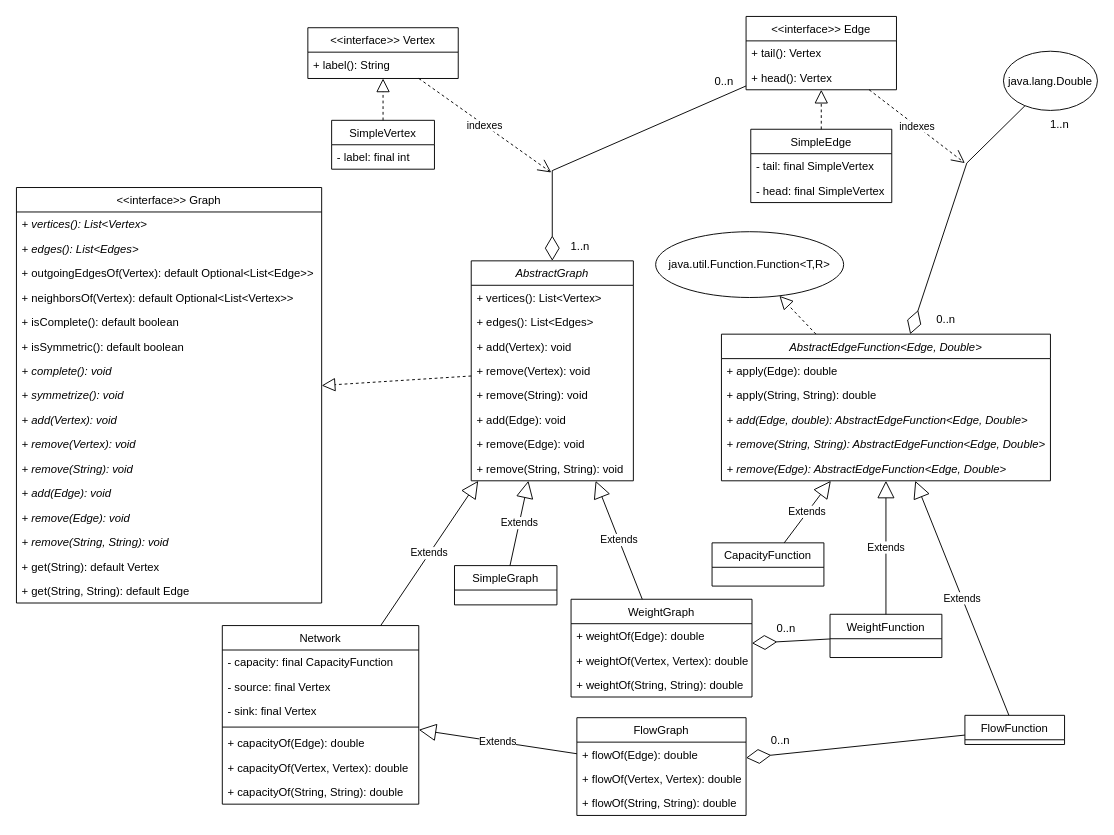
Earlier version of the draw.io diagram docs/graph.drawio (mgmu/jraf). Source tidied: cells renumbered, new cells numbered last; positions are measured from the earlier drawing's top-left corner, leaving out a move shared by most shapes. Both pictures are drawn from the tidied source at 94%, with x=0, y=0 at pixel (16, 16).
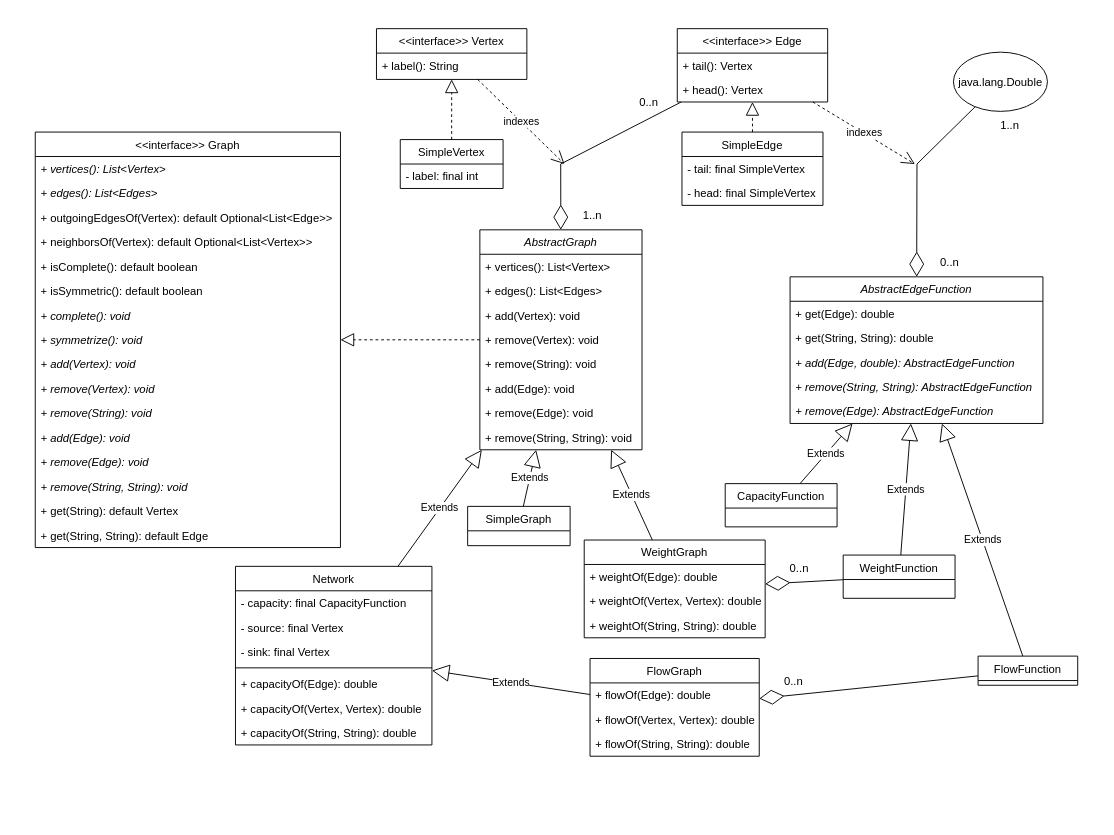
After the change.

Commit message:
Updated diagram of abstract edge function

Change to the diagram source:
```diff
@@
     <mxCell id="2" value="&lt;&lt;interface&gt;&gt; Vertex" style="swimlane;fontStyle=0;align=center;verticalAlign=top;horizontal=1;startSize=26;rounded=0;shadow=0;strokeWidth=1;" parent="1" vertex="1">
-      <mxGeometry x="310" y="12" width="160" height="54" as="geometry" />
+      <mxGeometry x="383" y="13" width="160" height="54" as="geometry" />
     </mxCell>
@@
     <mxCell id="4" value="&lt;&lt;interface&gt;&gt; Edge" style="swimlane;fontStyle=0;align=center;verticalAlign=top;horizontal=1;startSize=26;rounded=0;shadow=0;strokeWidth=1;" parent="1" vertex="1">
-      <mxGeometry x="776.2" width="160" height="78" as="geometry" />
+      <mxGeometry x="703" y="13" width="160" height="78" as="geometry" />
     </mxCell>
     <mxCell id="5" value="indexes" style="endArrow=open;endSize=12;dashed=1;html=1;rounded=0;" parent="4" edge="1" source="2">
       <mxGeometry relative="1" as="geometry">
-        <mxPoint x="-207.2" y="166" as="targetPoint" />
+        <mxPoint x="-120" y="144" as="targetPoint" />
       </mxGeometry>
     </mxCell>
@@
     <mxCell id="8" value="&lt;&lt;interface&gt;&gt; Graph" style="swimlane;fontStyle=0;align=center;verticalAlign=top;horizontal=1;startSize=26;rounded=0;shadow=0;strokeWidth=1;" parent="1" vertex="1">
-      <mxGeometry y="182" width="324.7" height="442" as="geometry" />
+      <mxGeometry x="20" y="123" width="324.7" height="442" as="geometry" />
     </mxCell>
@@
-    <mxCell id="25" style="endArrow=diamondThin;endFill=0;endSize=24;html=1;rounded=0;" parent="1" edge="1" source="4" target="62">
-      <mxGeometry relative="1" as="geometry">
-        <Array as="points">
-          <mxPoint x="570" y="164" />
-        </Array>
-      </mxGeometry>
-    </mxCell>
     <mxCell id="26" value="0..n" style="text;html=1;strokeColor=none;fillColor=none;align=center;verticalAlign=middle;whiteSpace=wrap;rounded=0;" parent="1" vertex="1">
-      <mxGeometry x="722.5" y="53.5" width="60" height="30" as="geometry" />
+      <mxGeometry x="643" y="77" width="60" height="30" as="geometry" />
     </mxCell>
     <mxCell id="27" value="WeightGraph" style="swimlane;fontStyle=0;align=center;verticalAlign=top;horizontal=1;startSize=26;rounded=0;shadow=0;strokeWidth=1;" parent="1" vertex="1">
-      <mxGeometry x="590" y="620" width="192.5" height="104" as="geometry" />
+      <mxGeometry x="604" y="557" width="192.5" height="104" as="geometry" />
     </mxCell>
@@
     <mxCell id="32" value="FlowGraph" style="swimlane;fontStyle=0;align=center;verticalAlign=top;horizontal=1;startSize=26;rounded=0;shadow=0;strokeWidth=1;" parent="1" vertex="1">
-      <mxGeometry x="596.2" y="746" width="180" height="104" as="geometry" />
+      <mxGeometry x="610.2" y="683" width="180" height="104" as="geometry" />
     </mxCell>
@@
-    <mxCell id="37" value="java.util.Function.Function&amp;lt;T,R&amp;gt;" style="ellipse;whiteSpace=wrap;html=1;" parent="1" vertex="1">
-      <mxGeometry x="680" y="229" width="200" height="70" as="geometry" />
-    </mxCell>
     <mxCell id="38" value="WeightFunction" style="swimlane;fontStyle=0;align=center;verticalAlign=top;horizontal=1;startSize=26;rounded=0;shadow=0;strokeWidth=1;" parent="1" vertex="1">
-      <mxGeometry x="865.5" y="636" width="119" height="46" as="geometry" />
+      <mxGeometry x="879.5" y="573" width="119" height="46" as="geometry" />
     </mxCell>
     <mxCell id="39" value="FlowFunction" style="swimlane;fontStyle=0;align=center;verticalAlign=top;horizontal=1;startSize=26;rounded=0;shadow=0;strokeWidth=1;" parent="1" vertex="1">
-      <mxGeometry x="1009" y="743.5" width="106" height="31" as="geometry" />
+      <mxGeometry x="1023" y="680.5" width="106" height="31" as="geometry" />
     </mxCell>
-    <mxCell id="40" style="endArrow=block;dashed=1;endFill=0;endSize=12;html=1;rounded=0;" parent="1" edge="1" source="42" target="37">
-      <mxGeometry relative="1" as="geometry" />
-    </mxCell>
     <mxCell id="41" value="java.lang.Double" style="ellipse;whiteSpace=wrap;html=1;" parent="1" vertex="1">
-      <mxGeometry x="1050" y="37" width="100" height="63" as="geometry" />
+      <mxGeometry x="996.8" y="38" width="100" height="63" as="geometry" />
     </mxCell>
-    <mxCell id="42" value="AbstractEdgeFunction&lt;Edge, Double&gt;" style="swimlane;fontStyle=2;align=center;verticalAlign=top;horizontal=1;startSize=26;rounded=0;shadow=0;strokeWidth=1;" parent="1" vertex="1">
-      <mxGeometry x="750" y="338" width="350" height="156" as="geometry" />
+    <mxCell id="42" value="AbstractEdgeFunction" style="swimlane;fontStyle=2;align=center;verticalAlign=top;horizontal=1;startSize=26;rounded=0;shadow=0;strokeWidth=1;" parent="1" vertex="1">
+      <mxGeometry x="823" y="277" width="269" height="156" as="geometry" />
     </mxCell>
-    <mxCell id="43" value="+ apply(Edge): double" style="text;strokeColor=none;fillColor=none;align=left;verticalAlign=top;spacingLeft=4;spacingRight=4;overflow=hidden;" parent="42" vertex="1">
-      <mxGeometry y="26" width="350" height="26" as="geometry" />
+    <mxCell id="43" value="+ get(Edge): double" style="text;strokeColor=none;fillColor=none;align=left;verticalAlign=top;spacingLeft=4;spacingRight=4;overflow=hidden;" parent="42" vertex="1">
+      <mxGeometry y="26" width="269" height="26" as="geometry" />
     </mxCell>
-    <mxCell id="44" value="+ apply(String, String): double" style="text;strokeColor=none;fillColor=none;align=left;verticalAlign=top;spacingLeft=4;spacingRight=4;overflow=hidden;" parent="42" vertex="1">
-      <mxGeometry y="52" width="350" height="26" as="geometry" />
+    <mxCell id="44" value="+ get(String, String): double" style="text;strokeColor=none;fillColor=none;align=left;verticalAlign=top;spacingLeft=4;spacingRight=4;overflow=hidden;" parent="42" vertex="1">
+      <mxGeometry y="52" width="269" height="26" as="geometry" />
     </mxCell>
-    <mxCell id="45" value="+ add(Edge, double): AbstractEdgeFunction&lt;Edge, Double&gt;" style="text;strokeColor=none;fillColor=none;align=left;verticalAlign=top;spacingLeft=4;spacingRight=4;overflow=hidden;fontStyle=2;" parent="42" vertex="1">
-      <mxGeometry y="78" width="350" height="26" as="geometry" />
+    <mxCell id="45" value="+ add(Edge, double): AbstractEdgeFunction" style="text;strokeColor=none;fillColor=none;align=left;verticalAlign=top;spacingLeft=4;spacingRight=4;overflow=hidden;fontStyle=2;" parent="42" vertex="1">
+      <mxGeometry y="78" width="269" height="26" as="geometry" />
     </mxCell>
-    <mxCell id="46" value="+ remove(String, String): AbstractEdgeFunction&lt;Edge, Double&gt;" style="text;strokeColor=none;fillColor=none;align=left;verticalAlign=top;spacingLeft=4;spacingRight=4;overflow=hidden;fontStyle=2;" parent="42" vertex="1">
-      <mxGeometry y="104" width="350" height="26" as="geometry" />
+    <mxCell id="46" value="+ remove(String, String): AbstractEdgeFunction" style="text;strokeColor=none;fillColor=none;align=left;verticalAlign=top;spacingLeft=4;spacingRight=4;overflow=hidden;fontStyle=2;" parent="42" vertex="1">
+      <mxGeometry y="104" width="269" height="26" as="geometry" />
     </mxCell>
-    <mxCell id="47" value="+ remove(Edge): AbstractEdgeFunction&lt;Edge, Double&gt;" style="text;strokeColor=none;fillColor=none;align=left;verticalAlign=top;spacingLeft=4;spacingRight=4;overflow=hidden;fontStyle=2;" parent="42" vertex="1">
-      <mxGeometry y="130" width="350" height="26" as="geometry" />
+    <mxCell id="47" value="+ remove(Edge): AbstractEdgeFunction" style="text;strokeColor=none;fillColor=none;align=left;verticalAlign=top;spacingLeft=4;spacingRight=4;overflow=hidden;fontStyle=2;" parent="42" vertex="1">
+      <mxGeometry y="130" width="269" height="26" as="geometry" />
     </mxCell>
@@
-    <mxCell id="50" style="endArrow=diamondThin;endFill=0;endSize=24;html=1;rounded=0;" parent="1" edge="1" source="41" target="42">
-      <mxGeometry relative="1" as="geometry">
-        <Array as="points">
-          <mxPoint x="1011" y="156" />
-        </Array>
-      </mxGeometry>
-    </mxCell>
     <mxCell id="51" value="indexes" style="endArrow=open;endSize=12;dashed=1;html=1;rounded=0;" parent="1" edge="1" source="4">
       <mxGeometry relative="1" as="geometry">
-        <mxPoint x="1009" y="156" as="targetPoint" />
+        <mxPoint x="955.8" y="157" as="targetPoint" />
       </mxGeometry>
     </mxCell>
     <mxCell id="52" value="1..n" style="text;html=1;strokeColor=none;fillColor=none;align=center;verticalAlign=middle;whiteSpace=wrap;rounded=0;" parent="1" vertex="1">
-      <mxGeometry x="1080" y="100" width="60" height="30" as="geometry" />
+      <mxGeometry x="1026.8" y="101" width="60" height="30" as="geometry" />
     </mxCell>
@@
     <mxCell id="55" value="SimpleVertex" style="swimlane;fontStyle=0;align=center;verticalAlign=top;horizontal=1;startSize=26;rounded=0;shadow=0;strokeWidth=1;" parent="1" vertex="1">
-      <mxGeometry x="335.3" y="110.5" width="109.4" height="52" as="geometry" />
+      <mxGeometry x="408.3" y="131" width="109.4" height="52" as="geometry" />
     </mxCell>
@@
     <mxCell id="57" value="SimpleEdge" style="swimlane;fontStyle=0;align=center;verticalAlign=top;horizontal=1;startSize=26;rounded=0;shadow=0;strokeWidth=1;" parent="1" vertex="1">
-      <mxGeometry x="781.2" y="120" width="150" height="78" as="geometry" />
+      <mxGeometry x="708" y="123" width="150" height="78" as="geometry" />
     </mxCell>
@@
     <mxCell id="62" value="AbstractGraph" style="swimlane;fontStyle=2;align=center;verticalAlign=top;horizontal=1;startSize=26;rounded=0;shadow=0;strokeWidth=1;" parent="1" vertex="1">
-      <mxGeometry x="483.8" y="260" width="172.5" height="234" as="geometry" />
+      <mxGeometry x="493" y="227" width="172.5" height="234" as="geometry" />
     </mxCell>
@@
     <mxCell id="72" value="SimpleGraph" style="swimlane;fontStyle=0;align=center;verticalAlign=top;horizontal=1;startSize=26;rounded=0;shadow=0;strokeWidth=1;" parent="1" vertex="1">
-      <mxGeometry x="466" y="584.2" width="109" height="41.8" as="geometry" />
+      <mxGeometry x="480" y="521.2" width="109" height="41.8" as="geometry" />
     </mxCell>
@@
     <mxCell id="74" value="1..n" style="text;html=1;strokeColor=none;fillColor=none;align=center;verticalAlign=middle;whiteSpace=wrap;rounded=0;" parent="1" vertex="1">
-      <mxGeometry x="570" y="230" width="60" height="30" as="geometry" />
+      <mxGeometry x="583" y="197" width="60" height="30" as="geometry" />
     </mxCell>
     <mxCell id="75" value="0..n" style="text;html=1;strokeColor=none;fillColor=none;align=center;verticalAlign=middle;whiteSpace=wrap;rounded=0;" parent="1" vertex="1">
-      <mxGeometry x="959" y="308" width="60" height="30" as="geometry" />
+      <mxGeometry x="963" y="247" width="60" height="30" as="geometry" />
     </mxCell>
     <mxCell id="76" value="0..n" style="text;html=1;strokeColor=none;fillColor=none;align=center;verticalAlign=middle;whiteSpace=wrap;rounded=0;" parent="1" vertex="1">
-      <mxGeometry x="789" y="636" width="60" height="30" as="geometry" />
+      <mxGeometry x="803" y="573" width="60" height="30" as="geometry" />
     </mxCell>
     <mxCell id="77" value="0..n" style="text;html=1;strokeColor=none;fillColor=none;align=center;verticalAlign=middle;whiteSpace=wrap;rounded=0;" parent="1" vertex="1">
-      <mxGeometry x="782.5" y="756" width="60" height="30" as="geometry" />
+      <mxGeometry x="796.5" y="693" width="60" height="30" as="geometry" />
     </mxCell>
     <mxCell id="78" value="Network" style="swimlane;fontStyle=0;align=center;verticalAlign=top;horizontal=1;startSize=26;rounded=0;shadow=0;strokeWidth=1;" parent="1" vertex="1">
-      <mxGeometry x="219" y="648" width="209" height="190" as="geometry" />
+      <mxGeometry x="233" y="585" width="209" height="190" as="geometry" />
     </mxCell>
@@
     <mxCell id="87" value="CapacityFunction" style="swimlane;fontStyle=0;align=center;verticalAlign=top;horizontal=1;startSize=26;rounded=0;shadow=0;strokeWidth=1;" parent="1" vertex="1">
-      <mxGeometry x="740" y="560" width="119" height="46" as="geometry" />
+      <mxGeometry x="754" y="497" width="119" height="46" as="geometry" />
     </mxCell>
@@
+    <mxCell id="50" style="endArrow=diamondThin;endFill=0;endSize=24;html=1;rounded=0;" parent="1" edge="1" source="41" target="42">
+      <mxGeometry relative="1" as="geometry">
+        <Array as="points">
+          <mxPoint x="958" y="157" />
+        </Array>
+      </mxGeometry>
+    </mxCell>
+    <mxCell id="25" style="endArrow=diamondThin;endFill=0;endSize=24;html=1;rounded=0;" parent="1" edge="1" source="4" target="62">
+      <mxGeometry relative="1" as="geometry">
+        <Array as="points">
+          <mxPoint x="579" y="157" />
+        </Array>
+      </mxGeometry>
+    </mxCell>
```
